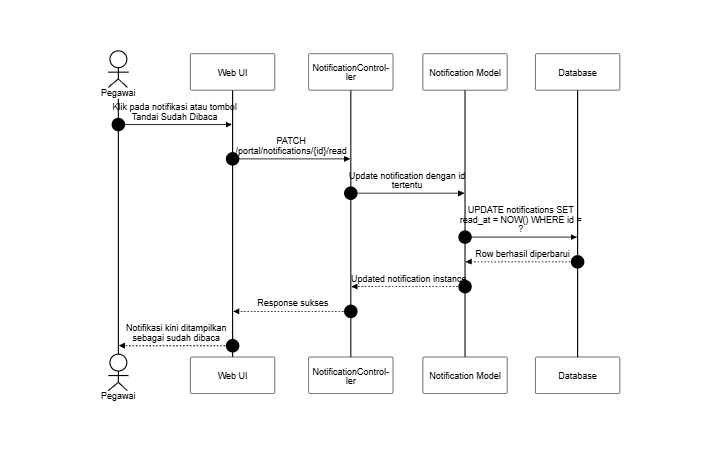
SulaimanHafi23/SimpegRSHDI keeps this Mermaid diagram as docs/SequenceDiagram/PNG_Transparent/Notifikasi-TandaiDibaca.png. Above is the earlier version. Its source is kept beside it as docs/SequenceDiagram/Notifikasi-TandaiDibaca.mermaid.
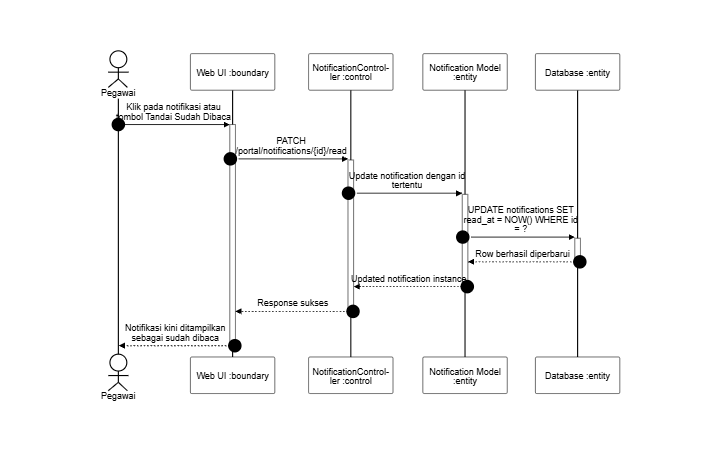
The same file after the commit.

The edit, as a diff of the source:
```diff
@@ -6,16 +6,16 @@
 sequenceDiagram
     autonumber
     actor P as Pegawai
-    participant UI as Web UI
-    participant C as NotificationController
-    participant N as Notification Model
-    participant DB as Database
+    participant UI as Web UI :boundary
+    participant C as NotificationController :control
+    participant N as Notification Model :entity
+    participant DB as Database :entity
 
-    P->>UI: Klik pada notifikasi atau tombol Tandai Sudah Dibaca
-    UI->>C: PATCH /portal/notifications/{id}/read
-    C->>N: Update notification dengan id tertentu
-    N->>DB: UPDATE notifications SET read_at = NOW() WHERE id = ?
-    DB-->>N: Row berhasil diperbarui
-    N-->>C: Updated notification instance
-    C-->>UI: Response sukses
-    UI-->>P: Notifikasi kini ditampilkan sebagai sudah dibaca
+    P->>+UI: Klik pada notifikasi atau tombol Tandai Sudah Dibaca
+    UI->>+C: PATCH /portal/notifications/{id}/read
+    C->>+N: Update notification dengan id tertentu
+    N->>+DB: UPDATE notifications SET read_at = NOW() WHERE id = ?
+    DB-->>-N: Row berhasil diperbarui
+    N-->>-C: Updated notification instance
+    C-->>-UI: Response sukses
+    UI-->>-P: Notifikasi kini ditampilkan sebagai sudah dibaca
```
